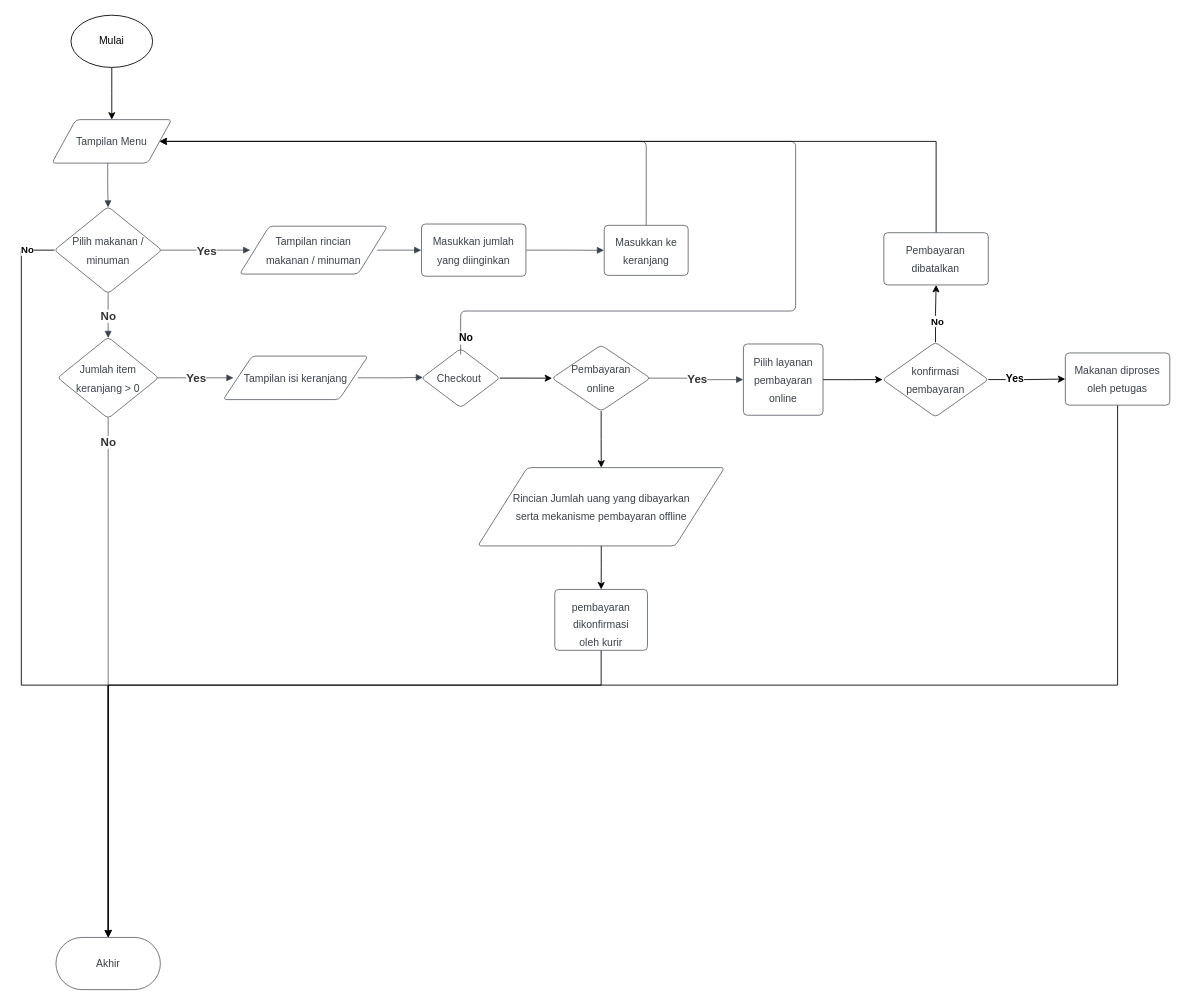
Earlier version of the draw.io diagram flowchart/Orderin_app.drawio (RehanAzhar-Main/rehan_orderin). Source tidied: cells renumbered, new cells numbered last; positions are measured from the earlier drawing's top-left corner, leaving out a move shared by most shapes. Both pictures are drawn from the tidied source at 87%, with x=0, y=0 at pixel (21, 15).
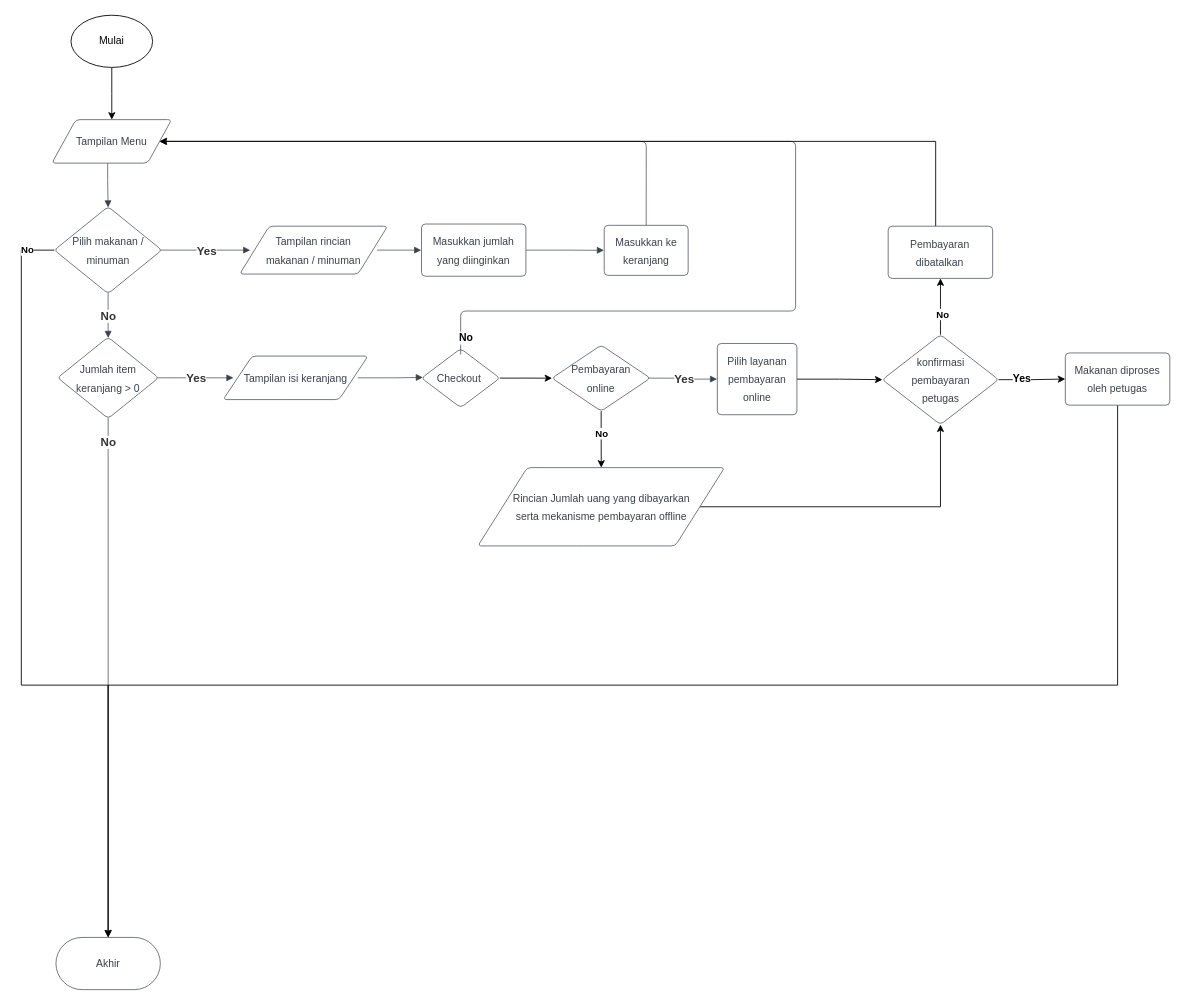
Above is the later version.

Commit message (it also covers changes not shown here):
fix : fix flowchart on feature pembayaran online and pembayaran offline

The change refers to these unchanged cells:
```xml
<mxCell id="35" style="edgeStyle=orthogonalEdgeStyle;rounded=0;jettySize=auto;html=1;" parent="1" edge="1" source="36" target="42">
  <mxGeometry relative="1" as="geometry" />
</mxCell>
<mxCell id="42" value="&lt;font style=&quot;font-size: 12px&quot;&gt;Rincian Jumlah uang yang dibayarkan &lt;br&gt;serta mekanisme pembayaran offline&lt;/font&gt;" style="html=1;overflow=block;blockSpacing=1;whiteSpace=wrap;shape=parallelogram;perimeter=parallelogramPerimeter;anchorPointDirection=0;fontSize=16.7;fontColor=#3a414a;spacing=3.8;strokeColor=#3a414a;strokeOpacity=100;rounded=1;absoluteArcSize=1;arcSize=9;strokeWidth=0.8;" parent="1" vertex="1">
  <mxGeometry x="524.8" y="520" width="283.5" height="90" as="geometry" />
</mxCell>
```

The edit, as a diff of the source:
```diff
@@
     <mxCell id="34" value="&lt;font style=&quot;font-size: 12px&quot;&gt;Pilih layanan pembayaran online&lt;/font&gt;" style="html=1;overflow=block;blockSpacing=1;whiteSpace=wrap;fontSize=16.7;fontColor=#3a414a;spacing=9;strokeColor=#3a414a;strokeOpacity=100;rounded=1;absoluteArcSize=1;arcSize=9;strokeWidth=0.8;" parent="1" vertex="1">
-      <mxGeometry x="830" y="377.9" width="91.5" height="81.9" as="geometry" />
+      <mxGeometry x="800" y="377.3" width="91.5" height="81.9" as="geometry" />
     </mxCell>
@@
+    <mxCell id="50" value="&lt;b&gt;No&lt;/b&gt;" style="edgeLabel;html=1;align=center;verticalAlign=middle;" parent="35" vertex="1">
+      <mxGeometry x="-0.24" relative="1" as="geometry" />
+    </mxCell>
@@
-    <mxCell id="39" style="edgeStyle=orthogonalEdgeStyle;rounded=0;jettySize=auto;html=1;" parent="1" edge="1" source="40">
-      <mxGeometry relative="1" as="geometry">
-        <mxPoint x="100" y="1060" as="targetPoint" />
-        <Array as="points">
-          <mxPoint x="667" y="770" />
-          <mxPoint x="100" y="770" />
-        </Array>
-      </mxGeometry>
-    </mxCell>
-    <mxCell id="40" value="&lt;font style=&quot;font-size: 12px&quot;&gt;pembayaran dikonfirmasi oleh kurir&lt;/font&gt;" style="html=1;overflow=block;blockSpacing=1;whiteSpace=wrap;fontSize=16.7;fontColor=#3a414a;spacing=9;strokeColor=#3a414a;strokeOpacity=100;rounded=1;absoluteArcSize=1;arcSize=9;strokeWidth=0.8;" parent="1" vertex="1">
-      <mxGeometry x="613.2" y="660" width="106.5" height="70" as="geometry" />
-    </mxCell>
-    <mxCell id="41" style="edgeStyle=orthogonalEdgeStyle;rounded=0;jettySize=auto;html=1;" parent="1" edge="1" source="42" target="40">
-      <mxGeometry relative="1" as="geometry" />
-    </mxCell>
+    <mxCell id="51" style="edgeStyle=orthogonalEdgeStyle;rounded=0;jettySize=auto;html=1;entryX=0.5;entryY=1;entryDx=0;entryDy=0;" parent="1" edge="1" source="42" target="47">
+      <mxGeometry relative="1" as="geometry" />
+    </mxCell>
@@
-    <mxCell id="47" value="&lt;font style=&quot;font-size: 12px&quot;&gt;konfirmasi &lt;br&gt;pembayaran&lt;/font&gt;" style="html=1;overflow=block;blockSpacing=1;whiteSpace=wrap;rhombus;fontSize=16.7;fontColor=#3a414a;spacing=3.8;strokeColor=#3a414a;strokeOpacity=100;rounded=1;absoluteArcSize=1;arcSize=9;strokeWidth=0.8;" parent="1" vertex="1">
-      <mxGeometry x="990" y="375.8" width="121.5" height="86" as="geometry" />
+    <mxCell id="47" value="&lt;font style=&quot;font-size: 12px&quot;&gt;konfirmasi &lt;br&gt;pembayaran &lt;br&gt;petugas&lt;/font&gt;" style="html=1;overflow=block;blockSpacing=1;whiteSpace=wrap;rhombus;fontSize=16.7;fontColor=#3a414a;spacing=3.8;strokeColor=#3a414a;strokeOpacity=100;rounded=1;absoluteArcSize=1;arcSize=9;strokeWidth=0.8;align=center;" parent="1" vertex="1">
+      <mxGeometry x="989.7" y="367.2" width="133.6" height="103.3" as="geometry" />
     </mxCell>
@@
     <mxCell id="49" value="&lt;span style=&quot;font-size: 12px;&quot;&gt;Pembayaran dibatalkan&lt;/span&gt;" style="html=1;overflow=block;blockSpacing=1;whiteSpace=wrap;fontSize=16.7;fontColor=#3a414a;spacing=9;strokeColor=#3a414a;strokeOpacity=100;rounded=1;absoluteArcSize=1;arcSize=9;strokeWidth=0.8;" parent="1" vertex="1">
-      <mxGeometry x="991.4" y="250" width="120.1" height="60" as="geometry" />
+      <mxGeometry x="996.4" y="242.5" width="120.1" height="60" as="geometry" />
     </mxCell>
```
